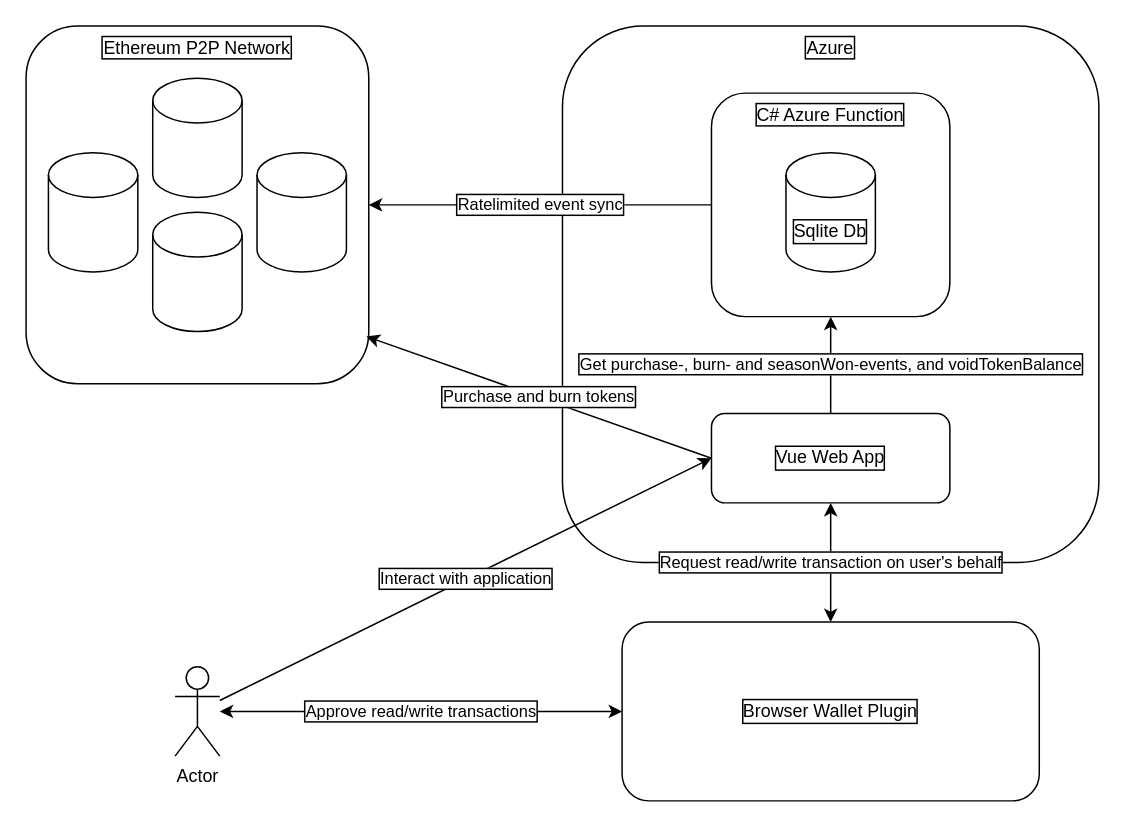
Above: architecture.drawio in RasmusEdvardsen/SubredditBattleRoyale (draw.io), before the change. Source tidied: cells renumbered, new cells numbered last; positions are measured from the earlier drawing's top-left corner, leaving out a move shared by most shapes. Both pictures are drawn from the tidied source at 149%, with x=0, y=0 at pixel (25, 25).
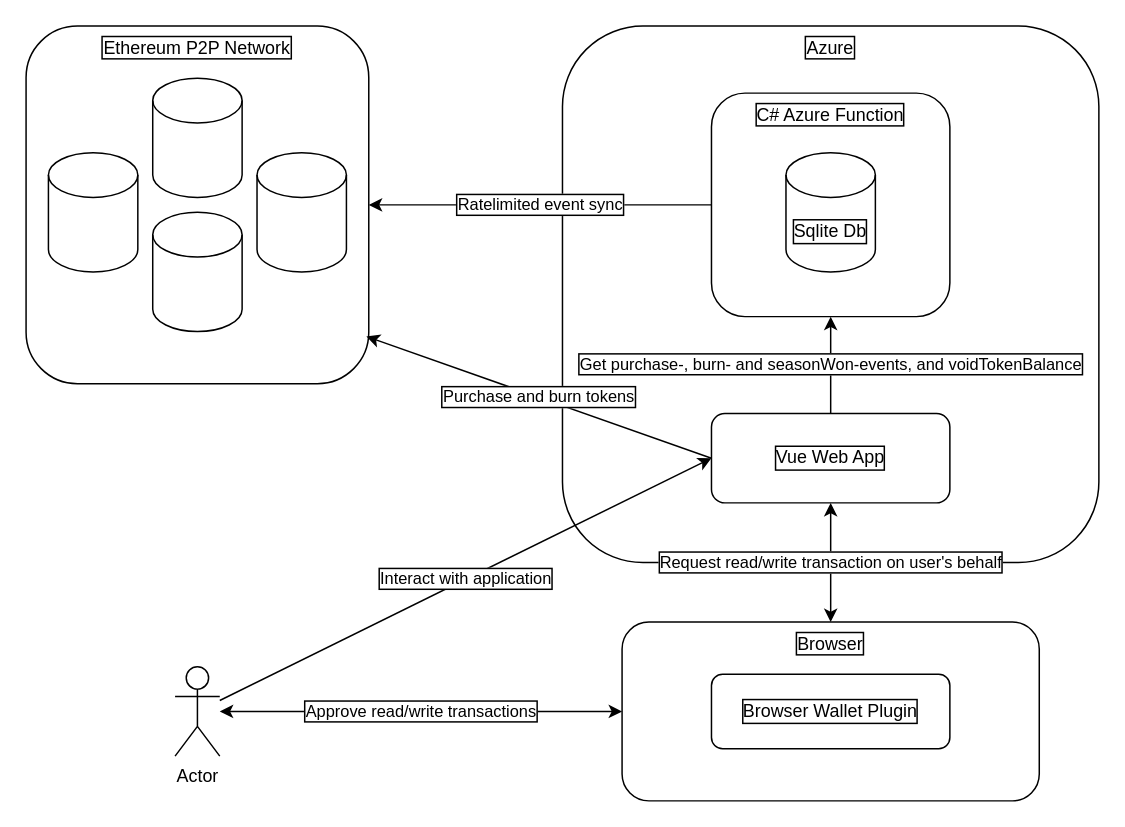
The same page after the edit.

Commit message (it also covers changes not shown here):
Update architecture diagram

Change to the diagram source:
```diff
@@
 <mxGraphModel>
   <root>
     <mxCell id="0" />
     <mxCell id="1" parent="0" />
     <mxCell id="2" value="Ethereum P2P Network" style="rounded=1;whiteSpace=wrap;html=1;labelBorderColor=default;labelBackgroundColor=none;labelPosition=center;verticalLabelPosition=middle;align=center;verticalAlign=top;" parent="1" vertex="1">
       <mxGeometry width="230" height="240" as="geometry" />
     </mxCell>
     <mxCell id="3" value="Azure" style="rounded=1;whiteSpace=wrap;html=1;verticalAlign=top;labelBorderColor=default;" parent="1" vertex="1">
       <mxGeometry x="360" width="360" height="360" as="geometry" />
     </mxCell>
     <mxCell id="4" value="C# Azure Function" style="rounded=1;whiteSpace=wrap;html=1;spacingBottom=0;align=center;textShadow=0;labelBorderColor=default;verticalAlign=top;" parent="1" vertex="1">
       <mxGeometry x="460" y="45" width="160" height="150" as="geometry" />
     </mxCell>
     <mxCell id="5" value="&lt;div&gt;Vue Web App&lt;/div&gt;" style="rounded=1;whiteSpace=wrap;html=1;labelBorderColor=default;" parent="1" vertex="1">
       <mxGeometry x="460" y="260" width="160" height="60" as="geometry" />
     </mxCell>
     <mxCell id="6" style="shape=cylinder3;whiteSpace=wrap;html=1;boundedLbl=1;backgroundOutline=1;size=15;" parent="1" vertex="1">
       <mxGeometry x="15" y="85" width="60" height="80" as="geometry" />
     </mxCell>
     <mxCell id="7" style="shape=cylinder3;whiteSpace=wrap;html=1;boundedLbl=1;backgroundOutline=1;size=15;" parent="1" vertex="1">
       <mxGeometry x="85" y="35" width="60" height="80" as="geometry" />
     </mxCell>
     <mxCell id="8" style="shape=cylinder3;whiteSpace=wrap;html=1;boundedLbl=1;backgroundOutline=1;size=15;" parent="1" vertex="1">
       <mxGeometry x="155" y="85" width="60" height="80" as="geometry" />
     </mxCell>
     <mxCell id="9" style="shape=cylinder3;whiteSpace=wrap;html=1;boundedLbl=1;backgroundOutline=1;size=15;" parent="1" vertex="1">
       <mxGeometry x="85" y="125" width="60" height="80" as="geometry" />
     </mxCell>
     <mxCell id="10" value="Sqlite Db" style="shape=cylinder3;whiteSpace=wrap;html=1;boundedLbl=1;backgroundOutline=1;size=15;labelBorderColor=default;" parent="1" vertex="1">
       <mxGeometry x="510" y="85" width="60" height="80" as="geometry" />
     </mxCell>
-    <mxCell id="11" value="Browser Wallet Plugin" style="rounded=1;whiteSpace=wrap;html=1;labelBorderColor=default;" parent="1" vertex="1">
-      <mxGeometry x="400" y="400" width="280" height="120" as="geometry" />
-    </mxCell>
+    <mxCell id="19" value="Browser " style="rounded=1;whiteSpace=wrap;html=1;labelBorderColor=default;verticalAlign=top;" parent="1" vertex="1">
+      <mxGeometry x="400" y="400" width="280" height="120" as="geometry" />
+    </mxCell>
     <mxCell id="12" value="Actor" style="shape=umlActor;verticalLabelPosition=bottom;verticalAlign=top;html=1;outlineConnect=0;" parent="1" vertex="1">
       <mxGeometry x="100" y="430" width="30" height="60" as="geometry" />
     </mxCell>
-    <mxCell id="13" value="Approve read/write transactions" style="endArrow=classic;startArrow=classic;html=1;rounded=0;entryX=0;entryY=0.5;entryDx=0;entryDy=0;labelBorderColor=default;" parent="1" edge="1" source="12" target="11">
+    <mxCell id="13" value="Approve read/write transactions" style="endArrow=classic;startArrow=classic;html=1;rounded=0;entryX=0;entryY=0.5;entryDx=0;entryDy=0;labelBorderColor=default;" parent="1" edge="1" source="12" target="19">
       <mxGeometry relative="1" as="geometry" />
     </mxCell>
-    <mxCell id="14" value="Request read/write transaction on user's behalf" style="endArrow=classic;startArrow=classic;html=1;rounded=0;exitX=0.5;exitY=1;exitDx=0;exitDy=0;entryX=0.5;entryY=0;entryDx=0;entryDy=0;labelBorderColor=default;spacing=2;spacingRight=0;" parent="1" edge="1" source="5" target="11">
+    <mxCell id="14" value="Request read/write transaction on user's behalf" style="endArrow=classic;startArrow=classic;html=1;rounded=0;exitX=0.5;exitY=1;exitDx=0;exitDy=0;entryX=0.5;entryY=0;entryDx=0;entryDy=0;labelBorderColor=default;spacing=2;spacingRight=0;" parent="1" edge="1" source="5" target="19">
       <mxGeometry relative="1" as="geometry" />
     </mxCell>
     <mxCell id="15" value="Get purchase-, burn- and seasonWon-events, and voidTokenBalance" style="endArrow=classic;html=1;rounded=0;entryX=0.5;entryY=1;entryDx=0;entryDy=0;labelBorderColor=default;" parent="1" edge="1" source="5" target="4">
       <mxGeometry relative="1" as="geometry" />
     </mxCell>
     <mxCell id="16" value="Ratelimited event sync" style="endArrow=classic;html=1;rounded=0;entryX=1;entryY=0.5;entryDx=0;entryDy=0;exitX=0;exitY=0.5;exitDx=0;exitDy=0;labelBorderColor=default;" parent="1" edge="1" source="4" target="2">
       <mxGeometry relative="1" as="geometry" />
     </mxCell>
     <mxCell id="17" value="Purchase and burn tokens" style="endArrow=classic;html=1;rounded=0;exitX=0;exitY=0.5;exitDx=0;exitDy=0;entryX=0.993;entryY=0.868;entryDx=0;entryDy=0;entryPerimeter=0;labelBorderColor=default;" parent="1" edge="1" source="5" target="2">
       <mxGeometry relative="1" as="geometry" />
     </mxCell>
     <mxCell id="18" value="Interact with application" style="endArrow=classic;html=1;rounded=0;entryX=0;entryY=0.5;entryDx=0;entryDy=0;labelBorderColor=default;" parent="1" edge="1" source="12" target="5">
       <mxGeometry relative="1" as="geometry" />
     </mxCell>
+    <mxCell id="11" value="Browser Wallet Plugin" style="rounded=1;whiteSpace=wrap;html=1;labelBorderColor=default;" parent="1" vertex="1">
+      <mxGeometry x="460" y="435" width="160" height="50" as="geometry" />
+    </mxCell>
   </root>
 </mxGraphModel>
```
